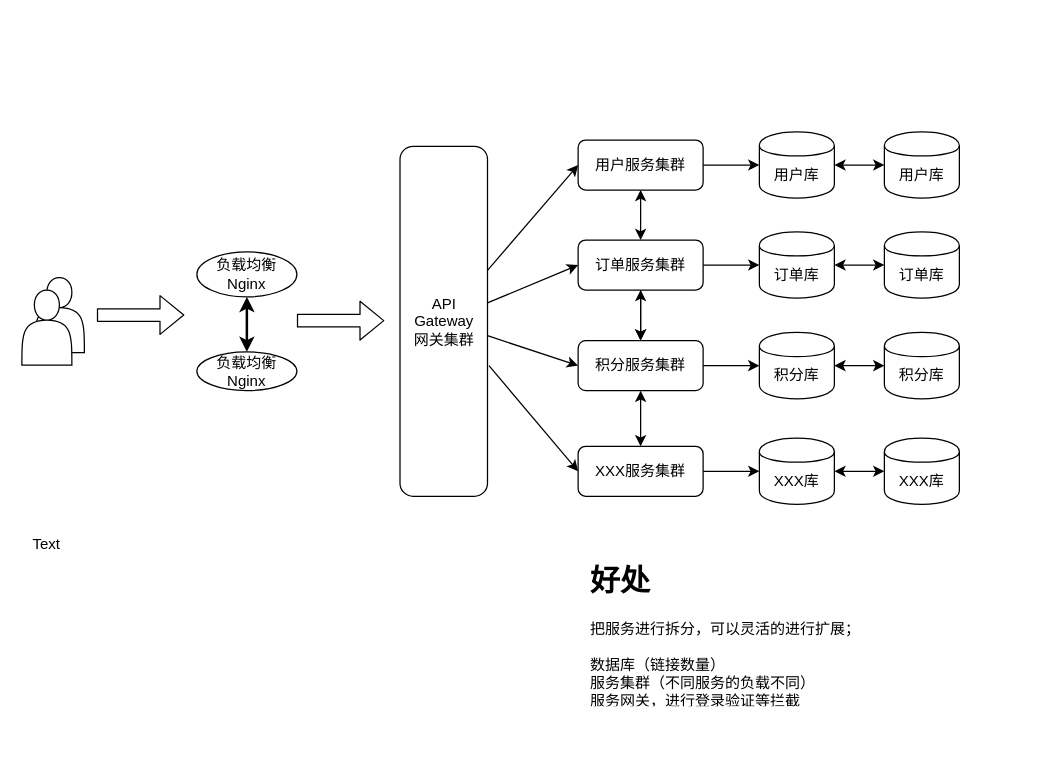
Earlier version of the draw.io diagram page "微服务" (2 of 2) of 未命名表单.drawio (hebzhjg/ntl2020). Source tidied: cells renumbered, new cells numbered last; positions are measured from the earlier drawing's top-left corner, leaving out a move shared by most shapes. Both pictures are drawn from the tidied source at 125%, with x=0, y=0 at pixel (21, 131).
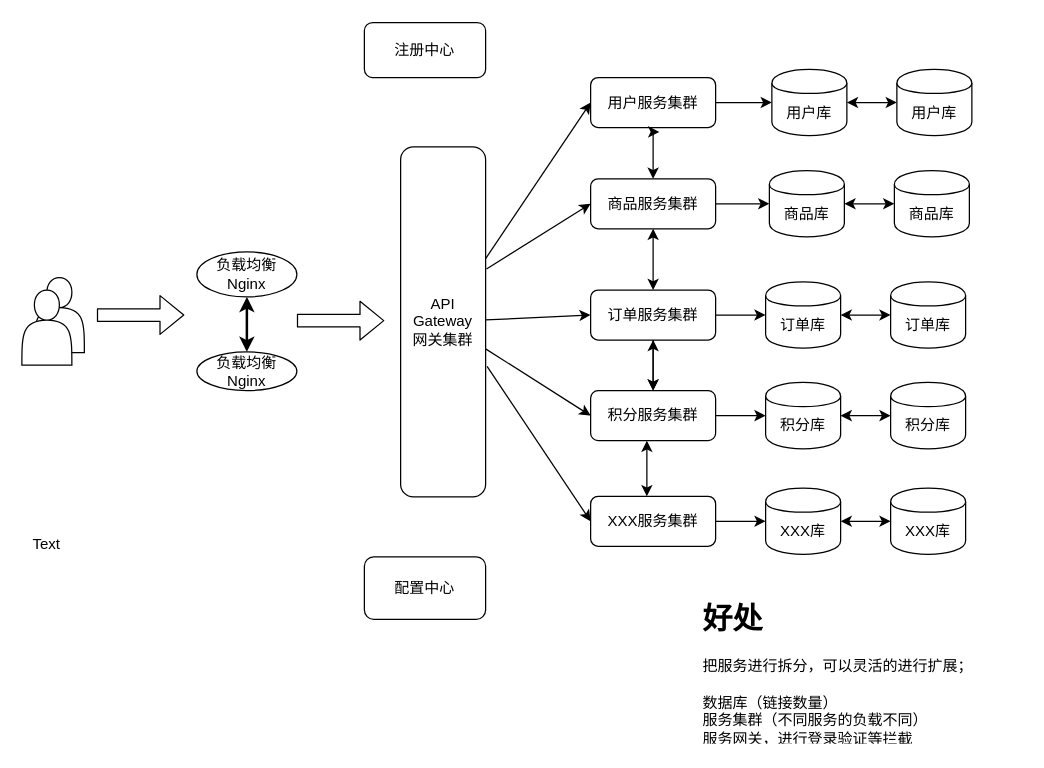
The same diagram, later.

Change to the diagram source:
```diff
@@
+    <mxCell id="46" style="edgeStyle=none;rounded=0;jettySize=auto;html=1;entryX=0;entryY=0.5;entryDx=0;entryDy=0;startArrow=none;startFill=0;strokeWidth=1;exitX=1.01;exitY=0.349;exitDx=0;exitDy=0;exitPerimeter=0;" parent="1" edge="1" source="15" target="48">
+      <mxGeometry relative="1" as="geometry" />
+    </mxCell>
     <mxCell id="15" value="API&lt;br&gt;Gateway&lt;br&gt;网关集群" style="rounded=1;whiteSpace=wrap;html=1;" parent="1" vertex="1">
-      <mxGeometry x="302.5" y="11.5" width="70" height="280" as="geometry" />
+      <mxGeometry x="303" y="12" width="68" height="280" as="geometry" />
     </mxCell>
@@
-    <mxCell id="17" style="edgeStyle=orthogonalEdgeStyle;rounded=0;jettySize=auto;html=1;exitX=0.5;exitY=1;exitDx=0;exitDy=0;entryX=0.5;entryY=0;entryDx=0;entryDy=0;startArrow=classic;startFill=1;strokeWidth=1;" parent="1" edge="1" source="18" target="22">
+    <mxCell id="17" style="edgeStyle=orthogonalEdgeStyle;rounded=0;jettySize=auto;html=1;exitX=0.5;exitY=1;exitDx=0;exitDy=0;entryX=0.5;entryY=0;entryDx=0;entryDy=0;startArrow=classic;startFill=1;strokeWidth=1;" parent="1" edge="1" source="48" target="22">
       <mxGeometry relative="1" as="geometry" />
     </mxCell>
     <mxCell id="18" value="用户服务集群" style="rounded=1;whiteSpace=wrap;html=1;" parent="1" vertex="1">
-      <mxGeometry x="445" y="6.5" width="100" height="40" as="geometry" />
+      <mxGeometry x="455" y="-43.5" width="100" height="40" as="geometry" />
     </mxCell>
@@
     <mxCell id="22" value="订单服务集群" style="rounded=1;whiteSpace=wrap;html=1;" parent="1" vertex="1">
-      <mxGeometry x="445" y="86.5" width="100" height="40" as="geometry" />
+      <mxGeometry x="455" y="126.5" width="100" height="40" as="geometry" />
     </mxCell>
@@
     <mxCell id="24" style="edgeStyle=orthogonalEdgeStyle;rounded=0;jettySize=auto;html=1;startArrow=classic;startFill=1;strokeWidth=1;" parent="1" edge="1" source="25" target="27">
       <mxGeometry relative="1" as="geometry">
         <Array as="points">
-          <mxPoint x="495" y="226.5" />
-          <mxPoint x="495" y="226.5" />
+          <mxPoint x="500" y="266.5" />
+          <mxPoint x="500" y="266.5" />
         </Array>
       </mxGeometry>
     </mxCell>
     <mxCell id="25" value="积分服务集群" style="rounded=1;whiteSpace=wrap;html=1;" parent="1" vertex="1">
-      <mxGeometry x="445" y="167" width="100" height="40" as="geometry" />
+      <mxGeometry x="455" y="207" width="100" height="40" as="geometry" />
     </mxCell>
@@
     <mxCell id="27" value="XXX服务集群" style="rounded=1;whiteSpace=wrap;html=1;" parent="1" vertex="1">
-      <mxGeometry x="445" y="251.5" width="100" height="40" as="geometry" />
+      <mxGeometry x="455" y="291.5" width="100" height="40" as="geometry" />
     </mxCell>
     <mxCell id="28" style="group;" parent="1" vertex="1">
-      <mxGeometry x="590" width="160" height="53" as="geometry" />
+      <mxGeometry x="600" y="-50" width="160" height="53" as="geometry" />
     </mxCell>
@@
     <mxCell id="32" style="group;" parent="1" vertex="1">
-      <mxGeometry x="590" y="80" width="160" height="53" as="geometry" />
+      <mxGeometry x="595" y="120" width="160" height="53" as="geometry" />
     </mxCell>
@@
     <mxCell id="36" style="group;" parent="1" vertex="1">
-      <mxGeometry x="590" y="160.5" width="160" height="53" as="geometry" />
+      <mxGeometry x="595" y="200.5" width="160" height="53" as="geometry" />
     </mxCell>
@@
     <mxCell id="40" style="group;" parent="1" vertex="1">
-      <mxGeometry x="590" y="245" width="160" height="53" as="geometry" />
+      <mxGeometry x="595" y="285" width="160" height="53" as="geometry" />
     </mxCell>
@@
     <mxCell id="45" value="&lt;h1&gt;好处&lt;/h1&gt;&lt;div&gt;把服务进行拆分，可以灵活的进行扩展；&lt;/div&gt;&lt;div&gt;&lt;br&gt;&lt;/div&gt;&lt;div&gt;数据库（链接数量）&lt;/div&gt;&lt;div&gt;服务集群（不同服务的负载不同）&lt;/div&gt;&lt;div&gt;服务网关，进行登录验证等拦截&lt;/div&gt;&lt;div&gt;&lt;br&gt;&lt;/div&gt;" style="text;html=1;strokeColor=none;fillColor=none;spacing=5;spacingTop=-20;whiteSpace=wrap;overflow=hidden;rounded=0;" parent="1" vertex="1">
-      <mxGeometry x="450" y="340" width="260" height="120" as="geometry" />
+      <mxGeometry x="540" y="370" width="260" height="120" as="geometry" />
     </mxCell>
+    <mxCell id="47" style="edgeStyle=orthogonalEdgeStyle;rounded=0;jettySize=auto;html=1;startArrow=none;startFill=0;strokeWidth=1;" parent="1" edge="1" source="48" target="50">
+      <mxGeometry relative="1" as="geometry" />
+    </mxCell>
+    <mxCell id="48" value="商品服务集群" style="rounded=1;whiteSpace=wrap;html=1;" parent="1" vertex="1">
+      <mxGeometry x="455" y="37.5" width="100" height="40" as="geometry" />
+    </mxCell>
+    <mxCell id="49" style="group;" parent="1" vertex="1">
+      <mxGeometry x="598" y="31" width="160" height="53" as="geometry" />
+    </mxCell>
+    <mxCell id="50" value="商品库" style="shape=cylinder;whiteSpace=wrap;html=1;boundedLbl=1;backgroundOutline=1;" parent="49" vertex="1">
+      <mxGeometry width="60" height="53" as="geometry" />
+    </mxCell>
+    <mxCell id="51" value="商品库" style="shape=cylinder;whiteSpace=wrap;html=1;boundedLbl=1;backgroundOutline=1;" parent="49" vertex="1">
+      <mxGeometry x="100" width="60" height="53" as="geometry" />
+    </mxCell>
+    <mxCell id="52" style="edgeStyle=orthogonalEdgeStyle;rounded=0;jettySize=auto;html=1;exitX=1;exitY=0.5;exitDx=0;exitDy=0;startArrow=classic;startFill=1;strokeWidth=1;" parent="49" edge="1" source="50" target="51">
+      <mxGeometry relative="1" as="geometry" />
+    </mxCell>
+    <mxCell id="53" style="edgeStyle=orthogonalEdgeStyle;rounded=0;jettySize=auto;html=1;entryX=0.5;entryY=0;entryDx=0;entryDy=0;startArrow=classic;startFill=1;strokeWidth=1;" parent="1" edge="1" target="48">
+      <mxGeometry relative="1" as="geometry">
+        <mxPoint x="510" as="sourcePoint" />
+      </mxGeometry>
+    </mxCell>
+    <mxCell id="54" value="注册中心" style="rounded=1;whiteSpace=wrap;html=1;" parent="1" vertex="1">
+      <mxGeometry x="274" y="-87.5" width="97" height="44" as="geometry" />
+    </mxCell>
+    <mxCell id="55" value="配置中心" style="rounded=1;whiteSpace=wrap;html=1;" parent="1" vertex="1">
+      <mxGeometry x="274" y="340" width="97" height="50" as="geometry" />
+    </mxCell>
```
